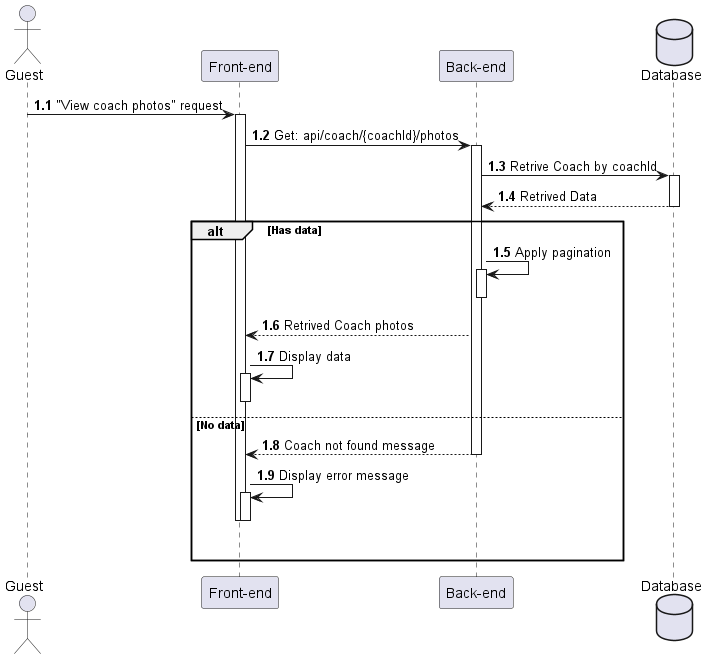
Before: out/Sequences_diagrams/ViewCoachPhotos/ViewCoachPhoto.png, a diagram exported from PlantUML (HTPhong-276/iCoaching-Diagrams). Source of this version:
```plantuml
@startuml ViewCoachPhoto

actor Guest as user
participant "Front-end" as client
participant "Back-end" as server
database "Database" as db

autonumber 1.1 "<b>0:"

user -> client++ : "View coach photos" request
client -> server++ : Get: api/coach/{coachId}/photos
server -> db++ : Retrive Coach by coachId
db --> server : Retrived Data
deactivate

alt Has data
    server -> server++ : Apply pagination
    deactivate
    server --> client : Retrived Coach photos
    client -> client++ : Display data
    deactivate

else No data
    server --> client : Coach not found message
    deactivate
    client -> client++ : Display error message
    deactivate
    deactivate
    |||
end
@enduml
```
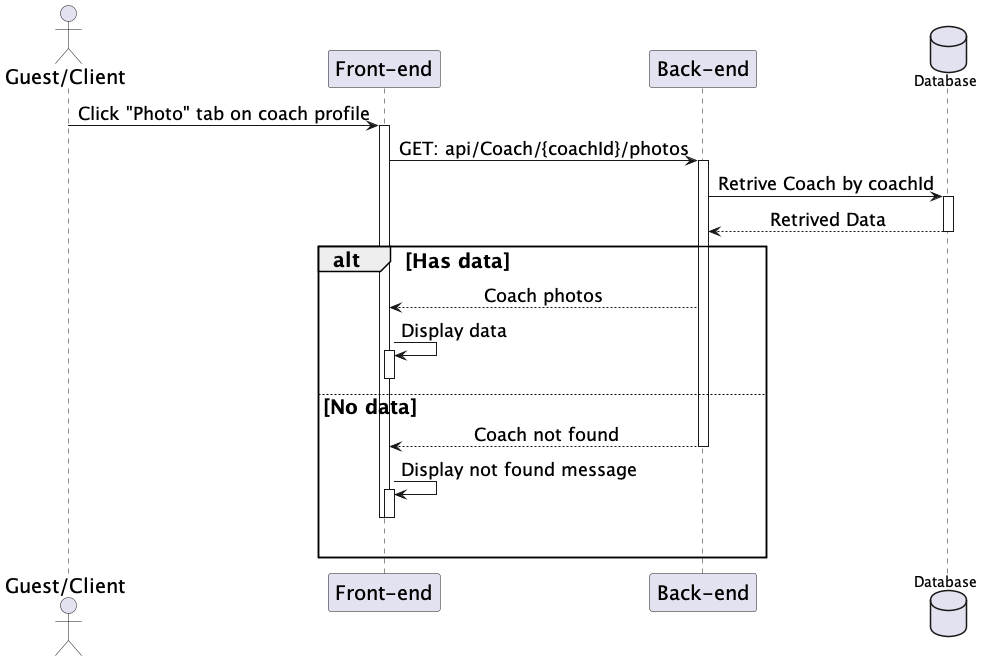
Later version of the same file.

Change to the diagram source:
```diff
@@ -1,29 +1,34 @@
 @startuml ViewCoachPhoto
-
-actor Guest as user
+skinparam sequenceMessageAlign center
+skinparam sequenceGroupFontSize 20
+skinparam sequenceGroupHeaderFontSize 20
+skinparam sequence {
+    ParticipantFontSize 20
+    ActorFontSize 20
+    DatabaseFontSize 20
+    ArrowFontSize 18
+}
+actor "Guest/Client" as user
 participant "Front-end" as client
 participant "Back-end" as server
 database "Database" as db
 
-autonumber 1.1 "<b>0:"
 
-user -> client++ : "View coach photos" request
-client -> server++ : Get: api/coach/{coachId}/photos
+user -> client++ : Click "Photo" tab on coach profile
+client -> server++ : GET: api/Coach/{coachId}/photos
 server -> db++ : Retrive Coach by coachId
 db --> server : Retrived Data
 deactivate
 
 alt Has data
-    server -> server++ : Apply pagination
-    deactivate
-    server --> client : Retrived Coach photos
+    server --> client : Coach photos
     client -> client++ : Display data
     deactivate
 
 else No data
-    server --> client : Coach not found message
+    server --> client : Coach not found
     deactivate
-    client -> client++ : Display error message
+    client -> client++ : Display not found message
     deactivate
     deactivate
     |||
```
